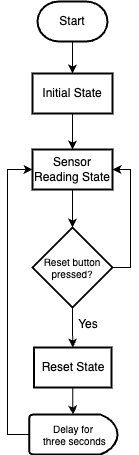
The draw.io diagram readme_images/rpi_flow.png in JessieYchKao/Distributed-Sensor-Network, before a commit. Source tidied: cells renumbered, new cells last; positions are measured from the earlier drawing's top-left corner, leaving out a move shared by most shapes. Source of this version:
```xml
<mxGraphModel>
  <root>
    <mxCell id="0" />
    <mxCell id="1" parent="0" />
    <mxCell id="2" style="edgeStyle=orthogonalEdgeStyle;rounded=0;jettySize=auto;html=1;" parent="1" edge="1" source="3" target="5">
      <mxGeometry relative="1" as="geometry" />
    </mxCell>
    <mxCell id="3" value="Start" style="strokeWidth=2;html=1;shape=mxgraph.flowchart.terminator;whiteSpace=wrap;" parent="1" vertex="1">
      <mxGeometry x="30" width="70" height="40" as="geometry" />
    </mxCell>
    <mxCell id="4" style="edgeStyle=orthogonalEdgeStyle;rounded=0;jettySize=auto;html=1;" parent="1" edge="1" source="5" target="7">
      <mxGeometry relative="1" as="geometry" />
    </mxCell>
    <mxCell id="5" value="Initial State" style="whiteSpace=wrap;html=1;strokeWidth=2;" parent="1" vertex="1">
      <mxGeometry x="25" y="72" width="80" height="40" as="geometry" />
    </mxCell>
    <mxCell id="6" style="edgeStyle=orthogonalEdgeStyle;rounded=0;jettySize=auto;html=1;" parent="1" edge="1" source="7" target="10">
      <mxGeometry relative="1" as="geometry" />
    </mxCell>
    <mxCell id="7" value="Sensor Reading State" style="whiteSpace=wrap;html=1;strokeWidth=2;" parent="1" vertex="1">
      <mxGeometry x="25" y="148" width="80" height="40" as="geometry" />
    </mxCell>
    <mxCell id="8" style="edgeStyle=orthogonalEdgeStyle;rounded=0;orthogonalLoop=1;jettySize=auto;html=1;entryX=1;entryY=0.5;entryDx=0;entryDy=0;exitX=1;exitY=0.5;exitDx=0;exitDy=0;" parent="1" edge="1">
      <mxGeometry relative="1" as="geometry">
        <mxPoint x="105" y="266" as="sourcePoint" />
        <mxPoint x="105" y="168" as="targetPoint" />
        <Array as="points">
          <mxPoint x="123" y="266" />
          <mxPoint x="123" y="168" />
        </Array>
      </mxGeometry>
    </mxCell>
    <mxCell id="9" style="edgeStyle=orthogonalEdgeStyle;rounded=0;jettySize=auto;html=1;" parent="1" edge="1" source="10" target="13">
      <mxGeometry relative="1" as="geometry" />
    </mxCell>
    <mxCell id="10" value="Reset button pressed?" style="rhombus;whiteSpace=wrap;html=1;strokeWidth=2;fontSize=10;" parent="1" vertex="1">
      <mxGeometry x="25" y="226" width="80" height="80" as="geometry" />
    </mxCell>
    <mxCell id="11" value="Yes" style="text;html=1;strokeColor=none;fillColor=none;align=center;verticalAlign=middle;whiteSpace=wrap;rounded=0;" parent="1" vertex="1">
      <mxGeometry x="50" y="310" width="62.2" height="26" as="geometry" />
    </mxCell>
    <mxCell id="12" style="edgeStyle=orthogonalEdgeStyle;rounded=0;jettySize=auto;html=1;entryX=0.5;entryY=0;entryDx=0;entryDy=0;entryPerimeter=0;" parent="1" edge="1" source="13" target="15">
      <mxGeometry relative="1" as="geometry" />
    </mxCell>
    <mxCell id="13" value="Reset State" style="whiteSpace=wrap;html=1;fontSize=12;strokeWidth=2;" parent="1" vertex="1">
      <mxGeometry x="26.5" y="346" width="77.5" height="40" as="geometry" />
    </mxCell>
    <mxCell id="14" style="edgeStyle=orthogonalEdgeStyle;rounded=0;jettySize=auto;html=1;entryX=0;entryY=0.5;entryDx=0;entryDy=0;" parent="1" edge="1" source="15" target="7">
      <mxGeometry relative="1" as="geometry">
        <Array as="points">
          <mxPoint y="433" />
          <mxPoint y="168" />
        </Array>
      </mxGeometry>
    </mxCell>
    <mxCell id="15" value="Delay for&lt;br&gt;&amp;nbsp;three seconds" style="strokeWidth=2;html=1;shape=mxgraph.flowchart.delay;whiteSpace=wrap;fontSize=10;" parent="1" vertex="1">
      <mxGeometry x="21.6" y="413" width="88.4" height="40" as="geometry" />
    </mxCell>
  </root>
</mxGraphModel>
```
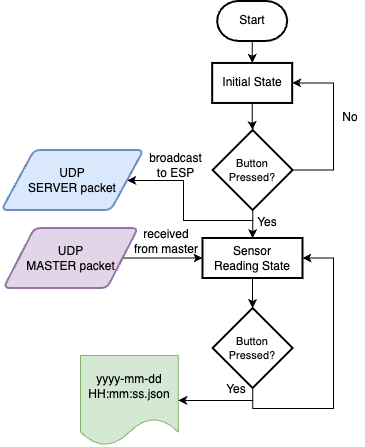
The same file after the commit.

What changed in the source:
```diff
@@ -2,59 +2,93 @@
   <root>
     <mxCell id="0" />
     <mxCell id="1" parent="0" />
-    <mxCell id="2" style="edgeStyle=orthogonalEdgeStyle;rounded=0;jettySize=auto;html=1;" parent="1" edge="1" source="3" target="5">
+    <mxCell id="2" style="edgeStyle=orthogonalEdgeStyle;rounded=0;jettySize=auto;html=1;" parent="1" edge="1" source="3" target="7">
       <mxGeometry relative="1" as="geometry" />
     </mxCell>
     <mxCell id="3" value="Start" style="strokeWidth=2;html=1;shape=mxgraph.flowchart.terminator;whiteSpace=wrap;" parent="1" vertex="1">
-      <mxGeometry x="30" width="70" height="40" as="geometry" />
+      <mxGeometry x="213.7" y="430.5" width="70" height="40" as="geometry" />
     </mxCell>
-    <mxCell id="4" style="edgeStyle=orthogonalEdgeStyle;rounded=0;jettySize=auto;html=1;" parent="1" edge="1" source="5" target="7">
+    <mxCell id="4" style="edgeStyle=orthogonalEdgeStyle;rounded=0;jettySize=auto;html=1;exitX=0.5;exitY=1;exitDx=0;exitDy=0;" parent="1" edge="1" source="21" target="9">
       <mxGeometry relative="1" as="geometry" />
     </mxCell>
-    <mxCell id="5" value="Initial State" style="whiteSpace=wrap;html=1;strokeWidth=2;" parent="1" vertex="1">
-      <mxGeometry x="25" y="72" width="80" height="40" as="geometry" />
+    <mxCell id="5" style="edgeStyle=orthogonalEdgeStyle;rounded=0;jettySize=auto;html=1;entryX=1;entryY=0.5;entryDx=0;entryDy=0;" parent="1" edge="1" target="17">
+      <mxGeometry relative="1" as="geometry">
+        <mxPoint x="250" y="650" as="sourcePoint" />
+        <Array as="points">
+          <mxPoint x="180" y="650" />
+          <mxPoint x="180" y="610" />
+          <mxPoint x="124" y="610" />
+        </Array>
+      </mxGeometry>
     </mxCell>
-    <mxCell id="6" style="edgeStyle=orthogonalEdgeStyle;rounded=0;jettySize=auto;html=1;" parent="1" edge="1" source="7" target="10">
+    <mxCell id="6" style="edgeStyle=orthogonalEdgeStyle;rounded=0;jettySize=auto;html=1;" parent="1" edge="1" source="7" target="21">
       <mxGeometry relative="1" as="geometry" />
     </mxCell>
-    <mxCell id="7" value="Sensor Reading State" style="whiteSpace=wrap;html=1;strokeWidth=2;" parent="1" vertex="1">
-      <mxGeometry x="25" y="148" width="80" height="40" as="geometry" />
+    <mxCell id="7" value="Initial State" style="whiteSpace=wrap;html=1;strokeWidth=2;" parent="1" vertex="1">
+      <mxGeometry x="208.7" y="492.5" width="80" height="40" as="geometry" />
     </mxCell>
-    <mxCell id="8" style="edgeStyle=orthogonalEdgeStyle;rounded=0;orthogonalLoop=1;jettySize=auto;html=1;entryX=1;entryY=0.5;entryDx=0;entryDy=0;exitX=1;exitY=0.5;exitDx=0;exitDy=0;" parent="1" edge="1">
-      <mxGeometry relative="1" as="geometry">
-        <mxPoint x="105" y="266" as="sourcePoint" />
-        <mxPoint x="105" y="168" as="targetPoint" />
-        <Array as="points">
-          <mxPoint x="123" y="266" />
-          <mxPoint x="123" y="168" />
-        </Array>
-      </mxGeometry>
+    <mxCell id="8" style="edgeStyle=orthogonalEdgeStyle;rounded=0;jettySize=auto;html=1;" parent="1" edge="1" source="9" target="13">
+      <mxGeometry relative="1" as="geometry" />
     </mxCell>
-    <mxCell id="9" style="edgeStyle=orthogonalEdgeStyle;rounded=0;jettySize=auto;html=1;" parent="1" edge="1" source="10" target="13">
-      <mxGeometry relative="1" as="geometry" />
+    <mxCell id="9" value="Sensor &lt;br&gt;Reading State" style="whiteSpace=wrap;html=1;strokeWidth=2;" parent="1" vertex="1">
+      <mxGeometry x="199" y="667.5" width="100" height="40" as="geometry" />
     </mxCell>
-    <mxCell id="10" value="Reset button pressed?" style="rhombus;whiteSpace=wrap;html=1;strokeWidth=2;fontSize=10;" parent="1" vertex="1">
-      <mxGeometry x="25" y="226" width="80" height="80" as="geometry" />
+    <mxCell id="10" value="Yes" style="text;html=1;strokeColor=none;fillColor=none;align=center;verticalAlign=middle;whiteSpace=wrap;rounded=0;" parent="1" vertex="1">
+      <mxGeometry x="202" y="806" width="62.2" height="26" as="geometry" />
     </mxCell>
-    <mxCell id="11" value="Yes" style="text;html=1;strokeColor=none;fillColor=none;align=center;verticalAlign=middle;whiteSpace=wrap;rounded=0;" parent="1" vertex="1">
-      <mxGeometry x="50" y="310" width="62.2" height="26" as="geometry" />
+    <mxCell id="11" style="edgeStyle=orthogonalEdgeStyle;rounded=0;jettySize=auto;html=1;entryX=1;entryY=0.5;entryDx=0;entryDy=0;exitX=0.5;exitY=1;exitDx=0;exitDy=0;" parent="1" edge="1" source="13" target="9">
+      <mxGeometry relative="1" as="geometry">
+        <Array as="points">
+          <mxPoint x="249" y="838" />
+          <mxPoint x="330" y="838" />
+          <mxPoint x="330" y="688" />
+        </Array>
+      </mxGeometry>
     </mxCell>
-    <mxCell id="12" style="edgeStyle=orthogonalEdgeStyle;rounded=0;jettySize=auto;html=1;entryX=0.5;entryY=0;entryDx=0;entryDy=0;entryPerimeter=0;" parent="1" edge="1" source="13" target="15">
-      <mxGeometry relative="1" as="geometry" />
+    <mxCell id="12" style="edgeStyle=orthogonalEdgeStyle;rounded=0;jettySize=auto;html=1;entryX=1;entryY=0.5;entryDx=0;entryDy=0;exitX=0.5;exitY=1;exitDx=0;exitDy=0;" parent="1" edge="1" source="13" target="19">
+      <mxGeometry relative="1" as="geometry">
+        <Array as="points">
+          <mxPoint x="249" y="830" />
+        </Array>
+      </mxGeometry>
     </mxCell>
-    <mxCell id="13" value="Reset State" style="whiteSpace=wrap;html=1;fontSize=12;strokeWidth=2;" parent="1" vertex="1">
-      <mxGeometry x="26.5" y="346" width="77.5" height="40" as="geometry" />
+    <mxCell id="13" value="Button Pressed?" style="rhombus;whiteSpace=wrap;html=1;strokeWidth=2;fontSize=11;" parent="1" vertex="1">
+      <mxGeometry x="209.2" y="737.5" width="80" height="80" as="geometry" />
     </mxCell>
-    <mxCell id="14" style="edgeStyle=orthogonalEdgeStyle;rounded=0;jettySize=auto;html=1;entryX=0;entryY=0.5;entryDx=0;entryDy=0;" parent="1" edge="1" source="15" target="7">
-      <mxGeometry relative="1" as="geometry">
-        <Array as="points">
-          <mxPoint y="433" />
-          <mxPoint y="168" />
-        </Array>
-      </mxGeometry>
+    <mxCell id="14" value="received from master" style="text;html=1;strokeColor=none;fillColor=none;align=center;verticalAlign=middle;whiteSpace=wrap;rounded=0;" parent="1" vertex="1">
+      <mxGeometry x="127.3" y="657.5" width="71.7" height="26" as="geometry" />
     </mxCell>
-    <mxCell id="15" value="Delay for&lt;br&gt;&amp;nbsp;three seconds" style="strokeWidth=2;html=1;shape=mxgraph.flowchart.delay;whiteSpace=wrap;fontSize=10;" parent="1" vertex="1">
-      <mxGeometry x="21.6" y="413" width="88.4" height="40" as="geometry" />
+    <mxCell id="15" style="edgeStyle=orthogonalEdgeStyle;rounded=0;jettySize=auto;html=1;" parent="1" edge="1" source="16" target="9">
+      <mxGeometry relative="1" as="geometry" />
     </mxCell>
+    <mxCell id="16" value="UDP &lt;br&gt;MASTER packet" style="shape=parallelogram;html=1;strokeWidth=2;perimeter=parallelogramPerimeter;whiteSpace=wrap;rounded=1;arcSize=12;size=0.23;fillColor=#e1d5e7;strokeColor=#9673a6;" parent="1" vertex="1">
+      <mxGeometry y="657.5" width="134.5" height="60" as="geometry" />
+    </mxCell>
+    <mxCell id="17" value="UDP &lt;br&gt;SERVER packet" style="shape=parallelogram;html=1;strokeWidth=2;perimeter=parallelogramPerimeter;whiteSpace=wrap;rounded=1;arcSize=12;size=0.23;fillColor=#dae8fc;strokeColor=#6c8ebf;" parent="1" vertex="1">
+      <mxGeometry x="-2" y="579.5" width="142" height="60" as="geometry" />
+    </mxCell>
+    <mxCell id="18" value="broadcast to ESP" style="text;html=1;strokeColor=none;fillColor=none;align=center;verticalAlign=middle;whiteSpace=wrap;rounded=0;" parent="1" vertex="1">
+      <mxGeometry x="142.2" y="581.5" width="60.7" height="26" as="geometry" />
+    </mxCell>
+    <mxCell id="19" value="yyyy-mm-dd HH:mm:ss.json" style="shape=document;whiteSpace=wrap;html=1;boundedLbl=1;fillColor=#d5e8d4;strokeColor=#82b366;" parent="1" vertex="1">
+      <mxGeometry x="77" y="785" width="97.8" height="90" as="geometry" />
+    </mxCell>
+    <mxCell id="20" style="edgeStyle=orthogonalEdgeStyle;rounded=0;jettySize=auto;html=1;entryX=1;entryY=0.5;entryDx=0;entryDy=0;exitX=1;exitY=0.5;exitDx=0;exitDy=0;" parent="1" edge="1" source="21" target="7">
+      <mxGeometry relative="1" as="geometry">
+        <Array as="points">
+          <mxPoint x="330" y="600" />
+          <mxPoint x="330" y="512" />
+        </Array>
+      </mxGeometry>
+    </mxCell>
+    <mxCell id="21" value="Button Pressed?" style="rhombus;whiteSpace=wrap;html=1;strokeWidth=2;fontSize=11;" parent="1" vertex="1">
+      <mxGeometry x="209.2" y="559.5" width="80" height="80" as="geometry" />
+    </mxCell>
+    <mxCell id="22" value="No" style="text;html=1;strokeColor=none;fillColor=none;align=center;verticalAlign=middle;whiteSpace=wrap;rounded=0;" parent="1" vertex="1">
+      <mxGeometry x="332" y="532.5" width="30" height="30" as="geometry" />
+    </mxCell>
+    <mxCell id="23" value="Yes" style="text;html=1;strokeColor=none;fillColor=none;align=center;verticalAlign=middle;whiteSpace=wrap;rounded=0;" parent="1" vertex="1">
+      <mxGeometry x="232.8" y="639.5" width="62.2" height="26" as="geometry" />
+    </mxCell>
   </root>
 </mxGraphModel>
```
